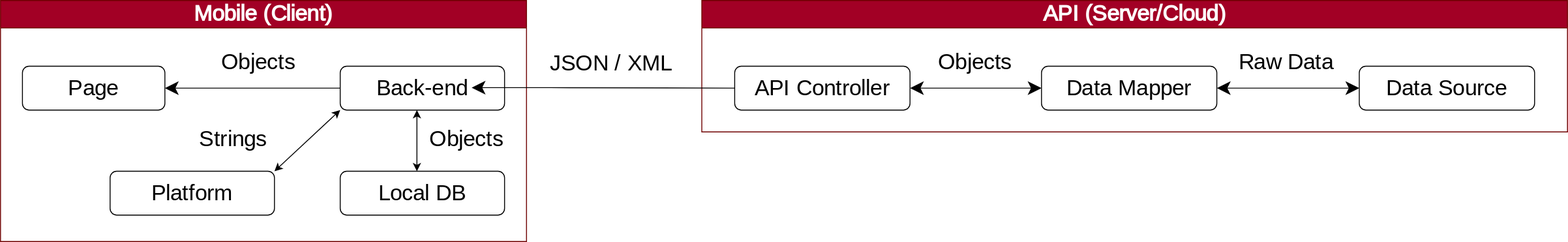
Above: slides/images/mobile-apps-high-level.drawio.svg in andylech/talk-mobile-secrets (draw.io), before the change. Source tidied: cells renumbered, new cells last; positions are measured from the earlier drawing's top-left corner, leaving out a move shared by most shapes.
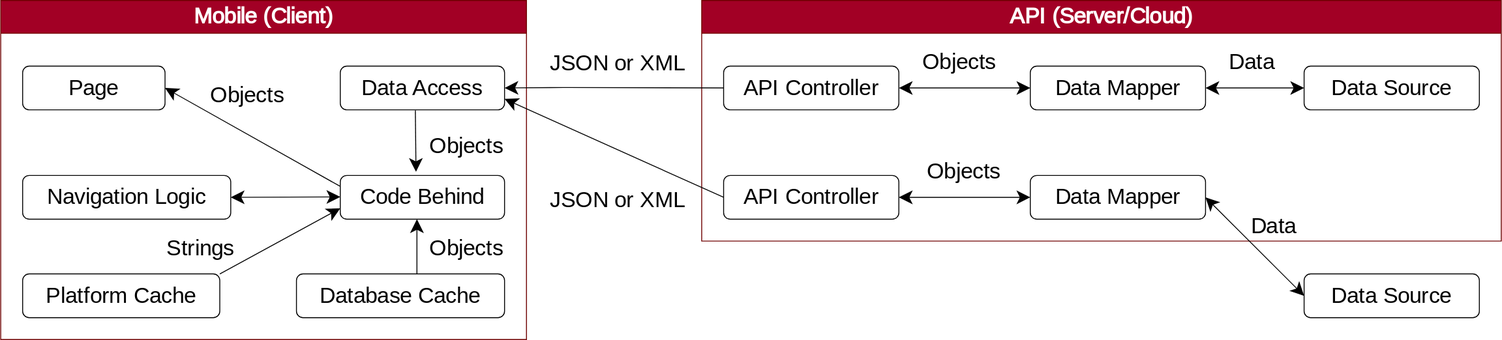
The same file after the commit.

Diff of the diagram source:
```diff
@@ -2,90 +2,137 @@
   <root>
     <mxCell id="0" />
     <mxCell id="1" parent="0" />
-    <mxCell id="2" value="&lt;font style=&quot;font-size: 24px;&quot;&gt;Mobile (Client)&lt;/font&gt;" style="swimlane;whiteSpace=wrap;html=1;fillColor=#a20025;fontColor=#ffffff;strokeColor=#6F0000;swimlaneFillColor=none;startSize=30;glass=0;rounded=0;fontSize=24;fontFamily=Martel Sans;fontSource=https%3A%2F%2Ffonts.googleapis.com%2Fcss%3Ffamily%3DMartel%2BSans;" parent="1" vertex="1">
-      <mxGeometry width="576" height="264" as="geometry" />
+    <mxCell id="2" value="&lt;font style=&quot;font-size: 24px;&quot;&gt;Mobile (Client)&lt;/font&gt;" style="swimlane;whiteSpace=wrap;html=1;fillColor=#a20025;fontColor=#ffffff;strokeColor=#6F0000;swimlaneFillColor=none;startSize=36;glass=0;rounded=0;fontSize=24;fontFamily=Martel Sans;fontSource=https%3A%2F%2Ffonts.googleapis.com%2Fcss%3Ffamily%3DMartel%2BSans;" parent="1" vertex="1">
+      <mxGeometry width="576" height="372" as="geometry" />
     </mxCell>
-    <mxCell id="3" value="Back-end" style="rounded=1;whiteSpace=wrap;html=1;fontSize=24;startSize=30;fillColor=none;gradientColor=none;labelBackgroundColor=default;fontFamily=Martel Sans;fontSource=https%3A%2F%2Ffonts.googleapis.com%2Fcss%3Ffamily%3DMartel%2BSans;" parent="2" vertex="1">
+    <mxCell id="3" value="Data Access" style="rounded=1;whiteSpace=wrap;html=1;fontSize=24;startSize=30;fillColor=none;gradientColor=none;labelBackgroundColor=default;fontFamily=Martel Sans;fontSource=https%3A%2F%2Ffonts.googleapis.com%2Fcss%3Ffamily%3DMartel%2BSans;" parent="2" vertex="1">
       <mxGeometry x="372" y="72" width="180" height="48" as="geometry" />
     </mxCell>
     <mxCell id="4" value="&lt;font style=&quot;font-size: 24px;&quot;&gt;Page&lt;/font&gt;" style="rounded=1;whiteSpace=wrap;html=1;fontSize=24;startSize=30;fillColor=none;gradientColor=none;labelBackgroundColor=default;fontFamily=Martel Sans;fontSource=https%3A%2F%2Ffonts.googleapis.com%2Fcss%3Ffamily%3DMartel%2BSans;" parent="2" vertex="1">
       <mxGeometry x="24" y="72" width="156" height="48" as="geometry" />
     </mxCell>
-    <mxCell id="5" style="endArrow=none;html=1;fontSize=24;startSize=12;entryX=0;entryY=0.5;entryDx=0;entryDy=0;startArrow=classic;startFill=1;endFill=0;fontFamily=Martel Sans;fontSource=https%3A%2F%2Ffonts.googleapis.com%2Fcss%3Ffamily%3DMartel%2BSans;exitX=1;exitY=0.5;exitDx=0;exitDy=0;" parent="2" edge="1" source="4" target="3">
-      <mxGeometry relative="1" as="geometry">
-        <Array as="points">
-          <mxPoint x="276" y="96" />
-        </Array>
-      </mxGeometry>
-    </mxCell>
-    <mxCell id="6" value="Objects" style="edgeLabel;html=1;align=left;verticalAlign=bottom;rounded=0;glass=0;labelBackgroundColor=none;labelBorderColor=none;fontSize=24;startSize=30;fillColor=none;gradientColor=none;fontFamily=Martel Sans;fontSource=https%3A%2F%2Ffonts.googleapis.com%2Fcss%3Ffamily%3DMartel%2BSans;" parent="5" vertex="1">
-      <mxGeometry x="-1" relative="1" as="geometry">
-        <mxPoint x="60" y="-12" as="offset" />
-      </mxGeometry>
-    </mxCell>
-    <mxCell id="7" value="Local DB" style="rounded=1;whiteSpace=wrap;html=1;fontSize=24;startSize=30;fillColor=none;gradientColor=none;labelBackgroundColor=default;fontFamily=Martel Sans;fontSource=https%3A%2F%2Ffonts.googleapis.com%2Fcss%3Ffamily%3DMartel%2BSans;" parent="2" vertex="1">
-      <mxGeometry x="372" y="187" width="180" height="48" as="geometry" />
+    <mxCell id="7" value="Database Cache" style="rounded=1;whiteSpace=wrap;html=1;fontSize=24;startSize=30;fillColor=none;gradientColor=none;labelBackgroundColor=default;fontFamily=Martel Sans;fontSource=https%3A%2F%2Ffonts.googleapis.com%2Fcss%3Ffamily%3DMartel%2BSans;" parent="2" vertex="1">
+      <mxGeometry x="324" y="300" width="228" height="48" as="geometry" />
     </mxCell>
-    <mxCell id="8" value="Platform" style="rounded=1;whiteSpace=wrap;html=1;fontSize=24;startSize=30;fillColor=none;gradientColor=none;labelBackgroundColor=default;fontFamily=Martel Sans;fontSource=https%3A%2F%2Ffonts.googleapis.com%2Fcss%3Ffamily%3DMartel%2BSans;" parent="2" vertex="1">
-      <mxGeometry x="120" y="187" width="180" height="48" as="geometry" />
+    <mxCell id="8" value="Platform Cache" style="rounded=1;whiteSpace=wrap;html=1;fontSize=24;startSize=30;fillColor=none;gradientColor=none;labelBackgroundColor=default;fontFamily=Martel Sans;fontSource=https%3A%2F%2Ffonts.googleapis.com%2Fcss%3Ffamily%3DMartel%2BSans;" parent="2" vertex="1">
+      <mxGeometry x="24" y="300" width="216" height="48" as="geometry" />
     </mxCell>
-    <mxCell id="9" style="edgeStyle=none;html=1;startArrow=classic;startFill=1;endArrow=classic;endFill=1;" parent="2" edge="1">
+    <mxCell id="9" style="edgeStyle=none;html=1;startArrow=none;startFill=0;endArrow=classic;endFill=1;fontFamily=Martel Sans;fontSource=https%3A%2F%2Ffonts.googleapis.com%2Fcss%3Ffamily%3DMartel%2BSans;fontSize=24;startSize=12;endSize=12;" parent="2" edge="1">
       <mxGeometry relative="1" as="geometry">
-        <mxPoint x="456" y="187" as="sourcePoint" />
-        <mxPoint x="456" y="120" as="targetPoint" />
+        <mxPoint x="456" y="300" as="sourcePoint" />
+        <mxPoint x="456" y="240" as="targetPoint" />
       </mxGeometry>
     </mxCell>
     <mxCell id="10" value="Objects" style="edgeLabel;html=1;align=left;verticalAlign=bottom;rounded=0;glass=0;labelBackgroundColor=none;labelBorderColor=none;fontSize=24;startSize=30;fillColor=none;gradientColor=none;fontFamily=Martel Sans;fontSource=https%3A%2F%2Ffonts.googleapis.com%2Fcss%3Ffamily%3DMartel%2BSans;" parent="2" vertex="1">
-      <mxGeometry x="468" y="168" as="geometry" />
+      <mxGeometry x="468" y="288" as="geometry" />
     </mxCell>
-    <mxCell id="11" style="edgeStyle=none;html=1;startArrow=classic;startFill=1;endArrow=classic;endFill=1;entryX=0;entryY=1;entryDx=0;entryDy=0;" parent="2" edge="1" target="3">
-      <mxGeometry relative="1" as="geometry">
-        <mxPoint x="300" y="187" as="sourcePoint" />
-      </mxGeometry>
+    <mxCell id="11" style="edgeStyle=none;html=1;startArrow=none;startFill=0;endArrow=classic;endFill=1;entryX=0;entryY=0.75;entryDx=0;entryDy=0;fontFamily=Martel Sans;fontSource=https%3A%2F%2Ffonts.googleapis.com%2Fcss%3Ffamily%3DMartel%2BSans;fontSize=24;exitX=1;exitY=0;exitDx=0;exitDy=0;endSize=12;startSize=12;" parent="2" edge="1" source="8" target="23">
+      <mxGeometry relative="1" as="geometry" />
     </mxCell>
     <mxCell id="12" value="Strings" style="edgeLabel;html=1;align=left;verticalAlign=bottom;rounded=0;glass=0;labelBackgroundColor=none;labelBorderColor=none;fontSize=24;startSize=30;fillColor=none;gradientColor=none;fontFamily=Martel Sans;fontSource=https%3A%2F%2Ffonts.googleapis.com%2Fcss%3Ffamily%3DMartel%2BSans;" parent="2" vertex="1">
-      <mxGeometry x="216" y="168" as="geometry" />
+      <mxGeometry x="180" y="288" as="geometry" />
     </mxCell>
+    <mxCell id="23" value="Code Behind" style="rounded=1;whiteSpace=wrap;html=1;fontSize=24;startSize=30;fillColor=none;gradientColor=none;labelBackgroundColor=default;fontFamily=Martel Sans;fontSource=https%3A%2F%2Ffonts.googleapis.com%2Fcss%3Ffamily%3DMartel%2BSans;" parent="2" vertex="1">
+      <mxGeometry x="372" y="192" width="180" height="48" as="geometry" />
+    </mxCell>
+    <mxCell id="5" style="endArrow=none;html=1;fontSize=24;startSize=12;entryX=0;entryY=0.25;entryDx=0;entryDy=0;startArrow=classic;startFill=1;endFill=0;fontFamily=Martel Sans;fontSource=https%3A%2F%2Ffonts.googleapis.com%2Fcss%3Ffamily%3DMartel%2BSans;exitX=1;exitY=0.5;exitDx=0;exitDy=0;" parent="2" edge="1" source="4" target="23">
+      <mxGeometry relative="1" as="geometry" />
+    </mxCell>
+    <mxCell id="6" value="Objects" style="edgeLabel;html=1;align=left;verticalAlign=bottom;rounded=0;glass=0;labelBackgroundColor=none;labelBorderColor=none;fontSize=24;startSize=30;fillColor=none;gradientColor=none;fontFamily=Martel Sans;fontSource=https%3A%2F%2Ffonts.googleapis.com%2Fcss%3Ffamily%3DMartel%2BSans;" parent="5" vertex="1">
+      <mxGeometry x="-1" relative="1" as="geometry">
+        <mxPoint x="48" y="24" as="offset" />
+      </mxGeometry>
+    </mxCell>
+    <mxCell id="24" value="Navigation Logic" style="rounded=1;whiteSpace=wrap;html=1;fontSize=24;startSize=30;fillColor=none;gradientColor=none;labelBackgroundColor=default;fontFamily=Martel Sans;fontSource=https%3A%2F%2Ffonts.googleapis.com%2Fcss%3Ffamily%3DMartel%2BSans;" parent="2" vertex="1">
+      <mxGeometry x="24" y="192" width="228" height="48" as="geometry" />
+    </mxCell>
+    <mxCell id="25" style="endArrow=classic;html=1;fontSize=24;startSize=12;startArrow=classic;startFill=1;endFill=1;exitX=0;exitY=0.5;exitDx=0;exitDy=0;endSize=12;fontFamily=Martel Sans;fontSource=https%3A%2F%2Ffonts.googleapis.com%2Fcss%3Ffamily%3DMartel%2BSans;" parent="2" edge="1">
+      <mxGeometry relative="1" as="geometry">
+        <mxPoint x="372" y="215.5" as="sourcePoint" />
+        <mxPoint x="252" y="216" as="targetPoint" />
+      </mxGeometry>
+    </mxCell>
+    <mxCell id="26" style="endArrow=none;html=1;fontSize=24;startSize=12;startArrow=classic;startFill=1;endFill=0;exitX=0.461;exitY=-0.083;exitDx=0;exitDy=0;endSize=12;entryX=0.457;entryY=1.011;entryDx=0;entryDy=0;fontFamily=Martel Sans;fontSource=https%3A%2F%2Ffonts.googleapis.com%2Fcss%3Ffamily%3DMartel%2BSans;entryPerimeter=0;exitPerimeter=0;" parent="2" edge="1" source="23" target="3">
+      <mxGeometry relative="1" as="geometry" />
+    </mxCell>
+    <mxCell id="27" value="Objects" style="edgeLabel;html=1;align=left;verticalAlign=bottom;rounded=0;glass=0;labelBackgroundColor=none;labelBorderColor=none;fontSize=24;startSize=30;fillColor=none;gradientColor=none;fontFamily=Martel Sans;fontSource=https%3A%2F%2Ffonts.googleapis.com%2Fcss%3Ffamily%3DMartel%2BSans;" parent="26" vertex="1">
+      <mxGeometry x="-1" relative="1" as="geometry">
+        <mxPoint x="13" y="-12" as="offset" />
+      </mxGeometry>
+    </mxCell>
-    <mxCell id="13" value="&lt;font style=&quot;font-size: 24px;&quot;&gt;API (Server/Cloud)&lt;/font&gt;" style="swimlane;whiteSpace=wrap;html=1;fillColor=#a20025;fontColor=#ffffff;strokeColor=#6F0000;swimlaneFillColor=none;fontSize=24;startSize=30;fontFamily=Martel Sans;fontSource=https%3A%2F%2Ffonts.googleapis.com%2Fcss%3Ffamily%3DMartel%2BSans;" parent="1" vertex="1">
-      <mxGeometry x="768" width="948" height="144" as="geometry" />
+    <mxCell id="13" value="&lt;font style=&quot;font-size: 24px;&quot;&gt;API (Server/Cloud)&lt;/font&gt;" style="swimlane;whiteSpace=wrap;html=1;fillColor=#a20025;fontColor=#ffffff;strokeColor=#6F0000;swimlaneFillColor=none;fontSize=24;startSize=36;fontFamily=Martel Sans;fontSource=https%3A%2F%2Ffonts.googleapis.com%2Fcss%3Ffamily%3DMartel%2BSans;" parent="1" vertex="1">
+      <mxGeometry x="768" width="876" height="264" as="geometry" />
     </mxCell>
     <mxCell id="14" value="API Controller" style="rounded=1;whiteSpace=wrap;html=1;fontSize=24;startSize=30;fillColor=none;gradientColor=none;fontFamily=Martel Sans;fontSource=https%3A%2F%2Ffonts.googleapis.com%2Fcss%3Ffamily%3DMartel%2BSans;" parent="13" vertex="1">
-      <mxGeometry x="36" y="72" width="192" height="48" as="geometry" />
+      <mxGeometry x="24" y="72" width="192" height="48" as="geometry" />
     </mxCell>
     <mxCell id="15" value="Data Mapper" style="rounded=1;whiteSpace=wrap;html=1;fontSize=24;startSize=30;fillColor=none;gradientColor=none;labelBackgroundColor=default;fontFamily=Martel Sans;fontSource=https%3A%2F%2Ffonts.googleapis.com%2Fcss%3Ffamily%3DMartel%2BSans;" parent="13" vertex="1">
-      <mxGeometry x="372" y="72" width="192" height="48" as="geometry" />
+      <mxGeometry x="360" y="72" width="192" height="48" as="geometry" />
     </mxCell>
     <mxCell id="16" style="endArrow=classic;html=1;fontSize=24;startSize=12;startArrow=classic;startFill=1;endFill=1;exitX=0;exitY=0.5;exitDx=0;exitDy=0;endSize=12;entryX=1;entryY=0.5;entryDx=0;entryDy=0;fontFamily=Martel Sans;fontSource=https%3A%2F%2Ffonts.googleapis.com%2Fcss%3Ffamily%3DMartel%2BSans;" parent="13" edge="1" source="15" target="14">
       <mxGeometry relative="1" as="geometry" />
     </mxCell>
     <mxCell id="17" value="Objects" style="edgeLabel;html=1;align=left;verticalAlign=bottom;rounded=0;glass=0;labelBackgroundColor=none;labelBorderColor=none;fontSize=24;startSize=30;fillColor=none;gradientColor=none;fontFamily=Martel Sans;fontSource=https%3A%2F%2Ffonts.googleapis.com%2Fcss%3Ffamily%3DMartel%2BSans;" parent="16" vertex="1">
       <mxGeometry x="-1" relative="1" as="geometry">
-        <mxPoint x="-115" y="-12" as="offset" />
+        <mxPoint x="-120" y="-12" as="offset" />
       </mxGeometry>
     </mxCell>
-    <mxCell id="18" style="endArrow=none;html=1;fontSize=24;startSize=12;entryX=0;entryY=0.5;entryDx=0;entryDy=0;exitX=1;exitY=0.5;exitDx=0;exitDy=0;startArrow=classic;startFill=1;endFill=0;fontFamily=Martel Sans;fontSource=https%3A%2F%2Ffonts.googleapis.com%2Fcss%3Ffamily%3DMartel%2BSans;" parent="1" edge="1" target="14">
-      <mxGeometry relative="1" as="geometry">
-        <mxPoint x="516" y="95.5" as="sourcePoint" />
-        <Array as="points">
-          <mxPoint x="612" y="95.5" />
-        </Array>
-      </mxGeometry>
-    </mxCell>
-    <mxCell id="19" value="JSON / XML" style="edgeLabel;html=1;align=left;verticalAlign=bottom;rounded=0;glass=0;labelBackgroundColor=none;labelBorderColor=none;fontSize=24;startSize=30;fillColor=none;gradientColor=none;fontFamily=Martel Sans;fontSource=https%3A%2F%2Ffonts.googleapis.com%2Fcss%3Ffamily%3DMartel%2BSans;" parent="18" vertex="1">
-      <mxGeometry x="-1" relative="1" as="geometry">
-        <mxPoint x="84" y="-11" as="offset" />
-      </mxGeometry>
-    </mxCell>
-    <mxCell id="20" value="Data Source" style="rounded=1;whiteSpace=wrap;html=1;fontSize=24;startSize=30;fillColor=none;gradientColor=none;labelBackgroundColor=default;fontFamily=Martel Sans;fontSource=https%3A%2F%2Ffonts.googleapis.com%2Fcss%3Ffamily%3DMartel%2BSans;" parent="1" vertex="1">
-      <mxGeometry x="1488" y="72" width="192" height="48" as="geometry" />
+    <mxCell id="20" value="Data Source" style="rounded=1;whiteSpace=wrap;html=1;fontSize=24;startSize=30;fillColor=none;gradientColor=none;labelBackgroundColor=default;fontFamily=Martel Sans;fontSource=https%3A%2F%2Ffonts.googleapis.com%2Fcss%3Ffamily%3DMartel%2BSans;" parent="13" vertex="1">
+      <mxGeometry x="660" y="72" width="192" height="48" as="geometry" />
     </mxCell>
-    <mxCell id="21" style="endArrow=classic;html=1;fontSize=24;startSize=12;startArrow=classic;startFill=1;endFill=1;exitX=0;exitY=0.5;exitDx=0;exitDy=0;endSize=12;entryX=1;entryY=0.5;entryDx=0;entryDy=0;fontFamily=Martel Sans;fontSource=https%3A%2F%2Ffonts.googleapis.com%2Fcss%3Ffamily%3DMartel%2BSans;" parent="1" edge="1" source="20" target="15">
+    <mxCell id="21" style="endArrow=classic;html=1;fontSize=24;startSize=12;startArrow=classic;startFill=1;endFill=1;exitX=0;exitY=0.5;exitDx=0;exitDy=0;endSize=12;entryX=1;entryY=0.5;entryDx=0;entryDy=0;fontFamily=Martel Sans;fontSource=https%3A%2F%2Ffonts.googleapis.com%2Fcss%3Ffamily%3DMartel%2BSans;" parent="13" edge="1" source="20" target="15">
       <mxGeometry relative="1" as="geometry" />
     </mxCell>
-    <mxCell id="22" value="Raw Data" style="edgeLabel;html=1;align=left;verticalAlign=bottom;rounded=0;glass=0;labelBackgroundColor=none;labelBorderColor=none;fontSize=24;startSize=30;fillColor=none;gradientColor=none;fontFamily=Martel Sans;fontSource=https%3A%2F%2Ffonts.googleapis.com%2Fcss%3Ffamily%3DMartel%2BSans;" parent="21" vertex="1">
+    <mxCell id="22" value="Data" style="edgeLabel;html=1;align=left;verticalAlign=bottom;rounded=0;glass=0;labelBackgroundColor=none;labelBorderColor=none;fontSize=24;startSize=30;fillColor=none;gradientColor=none;fontFamily=Martel Sans;fontSource=https%3A%2F%2Ffonts.googleapis.com%2Fcss%3Ffamily%3DMartel%2BSans;" parent="21" vertex="1">
       <mxGeometry x="-1" relative="1" as="geometry">
-        <mxPoint x="-134" y="-12" as="offset" />
+        <mxPoint x="-84" y="-12" as="offset" />
       </mxGeometry>
     </mxCell>
+    <mxCell id="28" value="API Controller" style="rounded=1;whiteSpace=wrap;html=1;fontSize=24;startSize=30;fillColor=none;gradientColor=none;fontFamily=Martel Sans;fontSource=https%3A%2F%2Ffonts.googleapis.com%2Fcss%3Ffamily%3DMartel%2BSans;" parent="13" vertex="1">
+      <mxGeometry x="24" y="192" width="192" height="48" as="geometry" />
+    </mxCell>
+    <mxCell id="29" value="Data Mapper" style="rounded=1;whiteSpace=wrap;html=1;fontSize=24;startSize=30;fillColor=none;gradientColor=none;labelBackgroundColor=default;fontFamily=Martel Sans;fontSource=https%3A%2F%2Ffonts.googleapis.com%2Fcss%3Ffamily%3DMartel%2BSans;" parent="13" vertex="1">
+      <mxGeometry x="360" y="192" width="192" height="48" as="geometry" />
+    </mxCell>
+    <mxCell id="30" style="endArrow=classic;html=1;fontSize=24;startSize=12;startArrow=classic;startFill=1;endFill=1;exitX=0;exitY=0.5;exitDx=0;exitDy=0;endSize=12;entryX=1;entryY=0.5;entryDx=0;entryDy=0;fontFamily=Martel Sans;fontSource=https%3A%2F%2Ffonts.googleapis.com%2Fcss%3Ffamily%3DMartel%2BSans;" parent="13" edge="1" source="29" target="28">
+      <mxGeometry relative="1" as="geometry" />
+    </mxCell>
+    <mxCell id="31" value="Objects" style="edgeLabel;html=1;align=left;verticalAlign=bottom;rounded=0;glass=0;labelBackgroundColor=none;labelBorderColor=none;fontSize=24;startSize=30;fillColor=none;gradientColor=none;fontFamily=Martel Sans;fontSource=https%3A%2F%2Ffonts.googleapis.com%2Fcss%3Ffamily%3DMartel%2BSans;" parent="30" vertex="1">
+      <mxGeometry x="-1" relative="1" as="geometry">
+        <mxPoint x="-115" y="-12" as="offset" />
+      </mxGeometry>
+    </mxCell>
+    <mxCell id="18" style="endArrow=none;html=1;fontSize=24;startSize=12;entryX=0;entryY=0.5;entryDx=0;entryDy=0;startArrow=classic;startFill=1;endFill=0;fontFamily=Martel Sans;fontSource=https%3A%2F%2Ffonts.googleapis.com%2Fcss%3Ffamily%3DMartel%2BSans;" parent="1" edge="1" target="14">
+      <mxGeometry relative="1" as="geometry">
+        <mxPoint x="552" y="96" as="sourcePoint" />
+        <Array as="points">
+          <mxPoint x="612" y="95.5" />
+        </Array>
+      </mxGeometry>
+    </mxCell>
+    <mxCell id="19" value="JSON or XML" style="edgeLabel;html=1;align=left;verticalAlign=bottom;rounded=0;glass=0;labelBackgroundColor=none;labelBorderColor=none;fontSize=24;startSize=30;fillColor=none;gradientColor=none;fontFamily=Martel Sans;fontSource=https%3A%2F%2Ffonts.googleapis.com%2Fcss%3Ffamily%3DMartel%2BSans;" parent="18" vertex="1">
+      <mxGeometry x="-1" relative="1" as="geometry">
+        <mxPoint x="48" y="-11" as="offset" />
+      </mxGeometry>
+    </mxCell>
+    <mxCell id="32" value="Data Source" style="rounded=1;whiteSpace=wrap;html=1;fontSize=24;startSize=30;fillColor=none;gradientColor=none;labelBackgroundColor=default;fontFamily=Martel Sans;fontSource=https%3A%2F%2Ffonts.googleapis.com%2Fcss%3Ffamily%3DMartel%2BSans;" parent="1" vertex="1">
+      <mxGeometry x="1428" y="300" width="192" height="48" as="geometry" />
+    </mxCell>
+    <mxCell id="33" style="endArrow=classic;html=1;fontSize=24;startSize=12;startArrow=classic;startFill=1;endFill=1;exitX=0;exitY=0.5;exitDx=0;exitDy=0;endSize=12;entryX=1;entryY=0.5;entryDx=0;entryDy=0;fontFamily=Martel Sans;fontSource=https%3A%2F%2Ffonts.googleapis.com%2Fcss%3Ffamily%3DMartel%2BSans;" parent="1" edge="1" source="32" target="29">
+      <mxGeometry relative="1" as="geometry" />
+    </mxCell>
+    <mxCell id="34" value="Data" style="edgeLabel;html=1;align=left;verticalAlign=bottom;rounded=0;glass=0;labelBackgroundColor=none;labelBorderColor=none;fontSize=24;startSize=30;fillColor=none;gradientColor=none;fontFamily=Martel Sans;fontSource=https%3A%2F%2Ffonts.googleapis.com%2Fcss%3Ffamily%3DMartel%2BSans;" parent="33" vertex="1">
+      <mxGeometry x="-1" relative="1" as="geometry">
+        <mxPoint x="-60" y="-60" as="offset" />
+      </mxGeometry>
+    </mxCell>
+    <mxCell id="35" style="endArrow=none;html=1;fontSize=24;startSize=12;entryX=0;entryY=0.5;entryDx=0;entryDy=0;exitX=1;exitY=0.75;exitDx=0;exitDy=0;startArrow=classic;startFill=1;endFill=0;fontFamily=Martel Sans;fontSource=https%3A%2F%2Ffonts.googleapis.com%2Fcss%3Ffamily%3DMartel%2BSans;" parent="1" edge="1" source="3" target="28">
+      <mxGeometry relative="1" as="geometry" />
+    </mxCell>
+    <mxCell id="36" value="JSON or XML" style="edgeLabel;html=1;align=left;verticalAlign=bottom;rounded=0;glass=0;labelBackgroundColor=none;labelBorderColor=none;fontSize=24;startSize=30;fillColor=none;gradientColor=none;fontFamily=Martel Sans;fontSource=https%3A%2F%2Ffonts.googleapis.com%2Fcss%3Ffamily%3DMartel%2BSans;" parent="35" vertex="1">
+      <mxGeometry x="-1" relative="1" as="geometry">
+        <mxPoint x="48" y="127" as="offset" />
+      </mxGeometry>
+    </mxCell>
   </root>
 </mxGraphModel>
```
